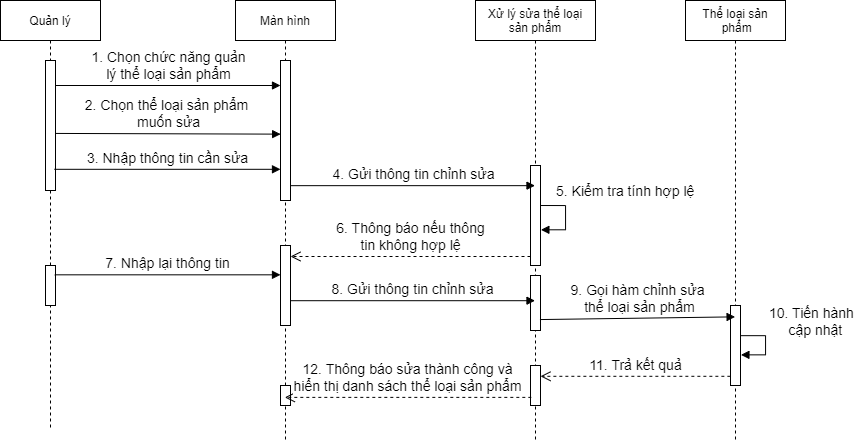
Above: Sequence_QL_Classify_+_Product/img_Sequence/Sequence_Sửa Classify.png in hungtadasuke/CoffeShop_SoftwareTechnology (draw.io), before the change. Source tidied: cells renumbered, new cells last; positions are measured from the earlier drawing's top-left corner, leaving out a move shared by most shapes.
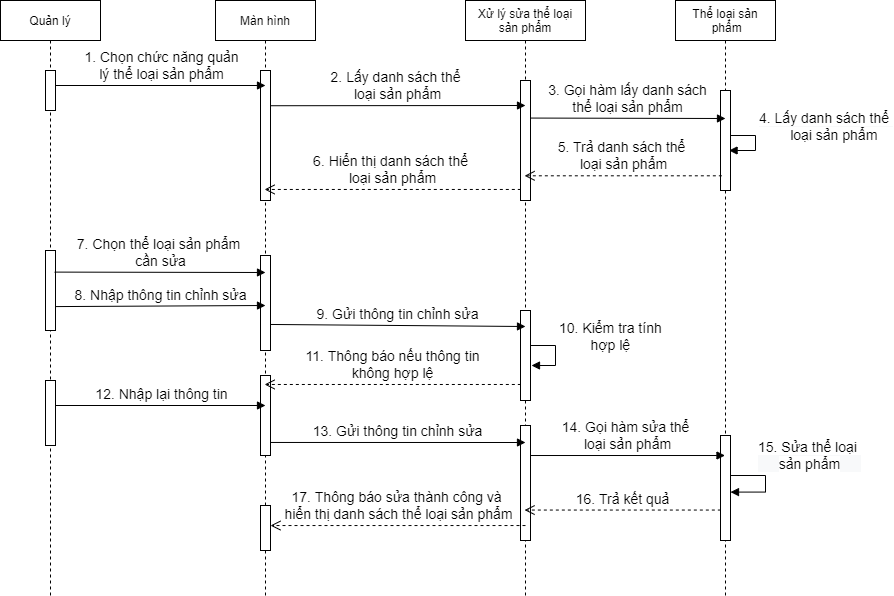
Above is the later version.

What changed in the source:
```diff
@@ -3,94 +3,145 @@
     <mxCell id="0" />
     <mxCell id="1" parent="0" />
     <mxCell id="2" value="Quản lý" style="shape=umlLifeline;perimeter=lifelinePerimeter;rounded=0;shadow=0;strokeWidth=1;" parent="1" vertex="1">
-      <mxGeometry width="100" height="430" as="geometry" />
+      <mxGeometry width="100" height="595" as="geometry" />
     </mxCell>
     <mxCell id="3" style="points=[];perimeter=orthogonalPerimeter;rounded=0;shadow=0;strokeWidth=1;" parent="2" vertex="1">
-      <mxGeometry x="45" y="60" width="10" height="130" as="geometry" />
+      <mxGeometry x="45" y="70" width="10" height="40" as="geometry" />
     </mxCell>
     <mxCell id="4" style="html=1;points=[];perimeter=orthogonalPerimeter;fontSize=12;" parent="2" vertex="1">
-      <mxGeometry x="45" y="265" width="10" height="40" as="geometry" />
+      <mxGeometry x="45" y="250" width="10" height="80" as="geometry" />
     </mxCell>
+    <mxCell id="27" style="html=1;perimeter=orthogonalPerimeter;fontSize=12;" parent="2" vertex="1">
+      <mxGeometry x="45" y="380" width="10" height="65" as="geometry" />
+    </mxCell>
     <mxCell id="5" value="Màn hình" style="shape=umlLifeline;perimeter=lifelinePerimeter;rounded=0;shadow=0;strokeWidth=1;" parent="1" vertex="1">
-      <mxGeometry x="235" width="100" height="440" as="geometry" />
+      <mxGeometry x="215" width="100" height="595" as="geometry" />
     </mxCell>
     <mxCell id="6" style="points=[];perimeter=orthogonalPerimeter;rounded=0;shadow=0;strokeWidth=1;" parent="5" vertex="1">
-      <mxGeometry x="45" y="60" width="10" height="140" as="geometry" />
+      <mxGeometry x="45" y="70" width="10" height="130" as="geometry" />
     </mxCell>
     <mxCell id="7" style="html=1;points=[];perimeter=orthogonalPerimeter;fontSize=12;" parent="5" vertex="1">
-      <mxGeometry x="45" y="245" width="10" height="80" as="geometry" />
+      <mxGeometry x="45" y="255" width="10" height="95" as="geometry" />
     </mxCell>
-    <mxCell id="8" style="html=1;perimeter=orthogonalPerimeter;fontSize=12;" parent="5" vertex="1">
-      <mxGeometry x="45" y="385" width="10" height="20" as="geometry" />
-    </mxCell>
+    <mxCell id="28" style="html=1;points=[];perimeter=orthogonalPerimeter;fontSize=12;" parent="5" vertex="1">
+      <mxGeometry x="45" y="375" width="10" height="80" as="geometry" />
+    </mxCell>
+    <mxCell id="29" style="html=1;points=[];perimeter=orthogonalPerimeter;fontSize=12;" parent="5" vertex="1">
+      <mxGeometry x="45" y="505" width="10" height="45" as="geometry" />
+    </mxCell>
     <mxCell id="9" value="Xử lý sửa thể loại&#10;sản phẩm" style="shape=umlLifeline;perimeter=lifelinePerimeter;rounded=0;shadow=0;strokeWidth=1;" parent="1" vertex="1">
-      <mxGeometry x="475" width="120" height="440" as="geometry" />
+      <mxGeometry x="465" width="120" height="595" as="geometry" />
     </mxCell>
     <mxCell id="10" style="points=[];perimeter=orthogonalPerimeter;rounded=0;shadow=0;strokeWidth=1;" parent="9" vertex="1">
-      <mxGeometry x="55" y="165" width="10" height="100" as="geometry" />
+      <mxGeometry x="55" y="80" width="10" height="120" as="geometry" />
     </mxCell>
     <mxCell id="11" style="html=1;points=[];perimeter=orthogonalPerimeter;fontSize=12;" parent="9" vertex="1">
-      <mxGeometry x="55" y="275" width="10" height="55" as="geometry" />
+      <mxGeometry x="55" y="310" width="10" height="90" as="geometry" />
     </mxCell>
-    <mxCell id="12" style="html=1;points=[];perimeter=orthogonalPerimeter;fontSize=12;" parent="9" vertex="1">
-      <mxGeometry x="55" y="365" width="10" height="40" as="geometry" />
-    </mxCell>
-    <mxCell id="13" value="&lt;font style=&quot;font-size: 14px&quot;&gt;5.&amp;nbsp;Kiểm tra tính hợp lệ&lt;/font&gt;" style="edgeStyle=orthogonalEdgeStyle;html=1;align=left;spacingLeft=2;endArrow=block;rounded=0;fontSize=12;entryX=1.039;entryY=0.643;entryDx=0;entryDy=0;entryPerimeter=0;" parent="9" edge="1" target="10">
-      <mxGeometry x="-0.67" y="14" relative="1" as="geometry">
-        <mxPoint x="65" y="205" as="sourcePoint" />
-        <Array as="points">
-          <mxPoint x="66" y="205" />
-          <mxPoint x="90" y="205" />
-          <mxPoint x="90" y="229" />
-        </Array>
-      </mxGeometry>
-    </mxCell>
+    <mxCell id="30" value="&lt;div style=&quot;text-align: center&quot;&gt;&lt;font face=&quot;helvetica&quot;&gt;&lt;span style=&quot;font-size: 14px ; background-color: rgb(255 , 255 , 255)&quot;&gt;10. Kiểm tra tính&lt;/span&gt;&lt;/font&gt;&lt;/div&gt;&lt;div style=&quot;text-align: center&quot;&gt;&lt;font face=&quot;helvetica&quot;&gt;&lt;span style=&quot;font-size: 14px ; background-color: rgb(255 , 255 , 255)&quot;&gt;hợp lệ&lt;/span&gt;&lt;/font&gt;&lt;/div&gt;" style="edgeStyle=orthogonalEdgeStyle;html=1;align=left;spacingLeft=2;endArrow=block;rounded=0;fontSize=12;" parent="9" edge="1">
+      <mxGeometry x="-0.25" y="-10" relative="1" as="geometry">
+        <mxPoint x="65" y="345" as="sourcePoint" />
+        <mxPoint x="66" y="365" as="targetPoint" />
+        <Array as="points">
+          <mxPoint x="90" y="345" />
+          <mxPoint x="90" y="365" />
+        </Array>
+        <mxPoint x="10" y="-10" as="offset" />
+      </mxGeometry>
+    </mxCell>
+    <mxCell id="31" style="html=1;points=[];perimeter=orthogonalPerimeter;fontSize=12;" parent="9" vertex="1">
+      <mxGeometry x="55" y="425" width="10" height="115" as="geometry" />
+    </mxCell>
     <mxCell id="14" value="Thể loại sản&#10; phẩm" style="shape=umlLifeline;perimeter=lifelinePerimeter;rounded=0;shadow=0;strokeWidth=1;" parent="1" vertex="1">
-      <mxGeometry x="685" width="100" height="440" as="geometry" />
+      <mxGeometry x="675" width="100" height="595" as="geometry" />
     </mxCell>
-    <mxCell id="15" value="&lt;font style=&quot;font-size: 14px&quot;&gt;10.&amp;nbsp;Tiến hành&lt;br&gt;&amp;nbsp; &amp;nbsp; &amp;nbsp;cập nhật&lt;/font&gt;" style="edgeStyle=orthogonalEdgeStyle;html=1;align=left;spacingLeft=2;endArrow=block;rounded=0;fontSize=12;exitX=1.042;exitY=0.377;exitDx=0;exitDy=0;exitPerimeter=0;entryX=1.042;entryY=0.617;entryDx=0;entryDy=0;entryPerimeter=0;" parent="14" edge="1" source="16" target="16">
-      <mxGeometry x="-0.11" y="-20" relative="1" as="geometry">
-        <Array as="points">
-          <mxPoint x="80" y="335" />
-          <mxPoint x="80" y="354" />
-        </Array>
-        <mxPoint x="20" y="-20" as="offset" />
-      </mxGeometry>
-    </mxCell>
-    <mxCell id="16" style="html=1;points=[];perimeter=orthogonalPerimeter;fontSize=12;" parent="14" vertex="1">
-      <mxGeometry x="45" y="305" width="10" height="80" as="geometry" />
-    </mxCell>
-    <mxCell id="17" value="&lt;font style=&quot;font-size: 14px&quot;&gt;3. Nhập thông tin cần sửa&lt;/font&gt;" style="html=1;verticalAlign=bottom;endArrow=block;rounded=0;exitX=0.893;exitY=0.837;exitDx=0;exitDy=0;exitPerimeter=0;" parent="1" edge="1" source="3" target="6">
-      <mxGeometry relative="1" as="geometry" />
-    </mxCell>
-    <mxCell id="18" value="&lt;font style=&quot;font-size: 14px&quot;&gt;4. Gửi thông tin chỉnh sửa&lt;/font&gt;" style="html=1;verticalAlign=bottom;endArrow=block;rounded=0;fontSize=12;exitX=1.031;exitY=0.894;exitDx=0;exitDy=0;exitPerimeter=0;" parent="1" edge="1" source="6" target="9">
-      <mxGeometry relative="1" as="geometry" />
-    </mxCell>
-    <mxCell id="19" value="&lt;font style=&quot;font-size: 14px&quot;&gt;6.&amp;nbsp;Thông báo nếu thông&lt;br&gt;tin không hợp lệ&lt;/font&gt;" style="html=1;verticalAlign=bottom;endArrow=open;dashed=1;endSize=8;rounded=0;fontSize=12;exitX=0;exitY=0.91;exitDx=0;exitDy=0;exitPerimeter=0;" parent="1" edge="1" source="10" target="7">
-      <mxGeometry relative="1" as="geometry" />
-    </mxCell>
-    <mxCell id="20" value="&lt;font style=&quot;font-size: 14px&quot;&gt;7.&amp;nbsp;Nhập lại thông tin&lt;/font&gt;" style="html=1;verticalAlign=bottom;endArrow=block;rounded=0;fontSize=12;exitX=0.928;exitY=0.233;exitDx=0;exitDy=0;exitPerimeter=0;" parent="1" edge="1" source="4" target="7">
-      <mxGeometry relative="1" as="geometry" />
-    </mxCell>
-    <mxCell id="21" value="&lt;font style=&quot;font-size: 14px&quot;&gt;8. Gửi thông tin chỉnh sửa&lt;/font&gt;" style="html=1;verticalAlign=bottom;endArrow=block;rounded=0;fontSize=12;exitX=1.011;exitY=0.69;exitDx=0;exitDy=0;exitPerimeter=0;" parent="1" edge="1" source="7" target="9">
-      <mxGeometry relative="1" as="geometry" />
-    </mxCell>
-    <mxCell id="22" value="&lt;font style=&quot;font-size: 14px&quot;&gt;9.&amp;nbsp;Gọi hàm chỉnh sửa&lt;br&gt;&amp;nbsp;thể loại sản phẩm&lt;/font&gt;" style="html=1;verticalAlign=bottom;endArrow=block;rounded=0;fontSize=12;exitX=0.945;exitY=0.801;exitDx=0;exitDy=0;exitPerimeter=0;entryX=0.496;entryY=0.719;entryDx=0;entryDy=0;entryPerimeter=0;" parent="1" edge="1" source="11" target="14">
-      <mxGeometry relative="1" as="geometry" />
-    </mxCell>
-    <mxCell id="23" value="&lt;font style=&quot;font-size: 14px&quot;&gt;11.&amp;nbsp;Trả kết quả&lt;/font&gt;" style="html=1;verticalAlign=bottom;endArrow=open;dashed=1;endSize=8;rounded=0;fontSize=12;exitX=-0.014;exitY=0.885;exitDx=0;exitDy=0;exitPerimeter=0;" parent="1" edge="1" source="16" target="12">
-      <mxGeometry relative="1" as="geometry" />
-    </mxCell>
-    <mxCell id="24" value="&lt;font style=&quot;font-size: 14px&quot;&gt;12.&amp;nbsp;Thông báo sửa thành công và&lt;br&gt;hiển thị danh sách thể loại sản phẩm&lt;/font&gt;" style="html=1;verticalAlign=bottom;endArrow=open;dashed=1;endSize=8;rounded=0;fontSize=12;exitX=0.081;exitY=0.797;exitDx=0;exitDy=0;exitPerimeter=0;" parent="1" edge="1" source="12" target="5">
-      <mxGeometry relative="1" as="geometry" />
-    </mxCell>
+    <mxCell id="32" style="points=[];perimeter=orthogonalPerimeter;rounded=0;shadow=0;strokeWidth=1;" parent="14" vertex="1">
+      <mxGeometry x="45" y="90" width="10" height="100" as="geometry" />
+    </mxCell>
+    <mxCell id="33" value="&lt;div style=&quot;background-color: rgb(248 , 249 , 250) ; text-align: center&quot;&gt;&lt;span style=&quot;background-color: rgb(255 , 255 , 255) ; font-size: 14px ; font-family: &amp;#34;helvetica&amp;#34;&quot;&gt;4. Lấy danh sách thể&amp;nbsp;&lt;/span&gt;&lt;/div&gt;&lt;font face=&quot;helvetica&quot; style=&quot;background-color: rgb(248 , 249 , 250)&quot;&gt;&lt;div style=&quot;text-align: center&quot;&gt;&lt;span style=&quot;background-color: rgb(255 , 255 , 255) ; font-size: 14px&quot;&gt;&amp;nbsp; &amp;nbsp; loại sản phẩm&lt;/span&gt;&lt;/div&gt;&lt;/font&gt;" style="edgeStyle=orthogonalEdgeStyle;html=1;align=left;spacingLeft=2;endArrow=block;rounded=0;fontSize=12;entryX=0.863;entryY=0.604;entryDx=0;entryDy=0;entryPerimeter=0;" parent="14" edge="1" target="32">
+      <mxGeometry x="-0.25" y="-10" relative="1" as="geometry">
+        <mxPoint x="55" y="135" as="sourcePoint" />
+        <Array as="points">
+          <mxPoint x="80" y="135" />
+          <mxPoint x="80" y="150" />
+          <mxPoint x="54" y="150" />
+        </Array>
+        <mxPoint x="10" y="-10" as="offset" />
+      </mxGeometry>
+    </mxCell>
+    <mxCell id="34" style="html=1;points=[];perimeter=orthogonalPerimeter;fontSize=12;" parent="14" vertex="1">
+      <mxGeometry x="45" y="435" width="10" height="105" as="geometry" />
+    </mxCell>
+    <mxCell id="35" value="&lt;div style=&quot;background-color: rgb(248 , 249 , 250) ; text-align: center&quot;&gt;&lt;span style=&quot;background-color: rgb(255 , 255 , 255) ; font-size: 14px ; font-family: &amp;#34;helvetica&amp;#34;&quot;&gt;15. Sửa thể&amp;nbsp;&lt;/span&gt;&lt;span style=&quot;background-color: rgb(255 , 255 , 255) ; font-family: &amp;#34;helvetica&amp;#34; ; font-size: 14px&quot;&gt;loại&amp;nbsp;&lt;/span&gt;&lt;/div&gt;&lt;div style=&quot;background-color: rgb(248 , 249 , 250) ; text-align: center&quot;&gt;&lt;span style=&quot;background-color: rgb(255 , 255 , 255) ; font-family: &amp;#34;helvetica&amp;#34; ; font-size: 14px&quot;&gt;sản phẩm&lt;/span&gt;&lt;/div&gt;" style="edgeStyle=orthogonalEdgeStyle;html=1;align=left;spacingLeft=2;endArrow=block;rounded=0;fontSize=12;entryX=1;entryY=0.539;entryDx=0;entryDy=0;entryPerimeter=0;" parent="14" edge="1" target="34">
+      <mxGeometry x="-0.19" y="10" relative="1" as="geometry">
+        <mxPoint x="55" y="475" as="sourcePoint" />
+        <Array as="points">
+          <mxPoint x="56" y="475" />
+          <mxPoint x="90" y="475" />
+          <mxPoint x="90" y="492" />
+        </Array>
+        <mxPoint x="-10" y="-10" as="offset" />
+      </mxGeometry>
+    </mxCell>
-    <mxCell id="25" value="&lt;font style=&quot;font-size: 14px&quot;&gt;1. Chọn chức năng quản&lt;br&gt;lý thể loại sản phẩm&lt;/font&gt;" style="html=1;verticalAlign=bottom;endArrow=block;rounded=0;fontSize=12;" parent="1" edge="1" target="6">
+    <mxCell id="25" value="&lt;font style=&quot;font-size: 14px&quot;&gt;1. Chọn chức năng quản&lt;br&gt;lý thể loại sản phẩm&lt;/font&gt;" style="html=1;verticalAlign=bottom;endArrow=block;rounded=0;fontSize=12;" parent="1" edge="1">
       <mxGeometry relative="1" as="geometry">
         <mxPoint x="55" y="85" as="sourcePoint" />
+        <mxPoint x="265" y="85" as="targetPoint" />
       </mxGeometry>
     </mxCell>
-    <mxCell id="26" value="&lt;font style=&quot;font-size: 14px&quot;&gt;2. Chọn thể loại sản phẩm &lt;br&gt;muốn sửa&lt;/font&gt;" style="html=1;verticalAlign=bottom;endArrow=block;rounded=0;fontSize=12;entryX=0.014;entryY=0.526;entryDx=0;entryDy=0;entryPerimeter=0;exitX=0.962;exitY=0.561;exitDx=0;exitDy=0;exitPerimeter=0;" parent="1" edge="1" source="3" target="6">
-      <mxGeometry relative="1" as="geometry" />
-    </mxCell>
+    <mxCell id="36" value="&lt;span style=&quot;font-size: 14px&quot;&gt;2. Lấy danh sách thể &lt;br&gt;loại sản phẩm&lt;/span&gt;" style="html=1;verticalAlign=bottom;endArrow=block;rounded=0;fontSize=12;exitX=1.031;exitY=0.271;exitDx=0;exitDy=0;exitPerimeter=0;" parent="1" edge="1" source="6">
+      <mxGeometry relative="1" as="geometry">
+        <mxPoint x="525" y="105" as="targetPoint" />
+      </mxGeometry>
+    </mxCell>
+    <mxCell id="37" value="&lt;span style=&quot;font-size: 14px&quot;&gt;3. Gọi hàm lấy danh sách&lt;br&gt;&lt;/span&gt;&lt;span style=&quot;font-size: 14px&quot;&gt;thể loại sản phẩm&lt;/span&gt;&lt;span style=&quot;font-size: 14px&quot;&gt;&lt;br&gt;&lt;/span&gt;" style="html=1;verticalAlign=bottom;endArrow=block;rounded=0;fontSize=12;exitX=1.011;exitY=0.313;exitDx=0;exitDy=0;exitPerimeter=0;" parent="1" edge="1" source="10">
+      <mxGeometry relative="1" as="geometry">
+        <mxPoint x="725" y="118" as="targetPoint" />
+      </mxGeometry>
+    </mxCell>
+    <mxCell id="38" value="&lt;font style=&quot;font-size: 14px&quot;&gt;5.&amp;nbsp;Trả danh sách thể&amp;nbsp;&lt;br&gt;loại sản phẩm&lt;br&gt;&lt;/font&gt;" style="html=1;verticalAlign=bottom;endArrow=open;dashed=1;endSize=8;rounded=0;fontSize=12;exitX=0.134;exitY=0.853;exitDx=0;exitDy=0;exitPerimeter=0;" parent="1" edge="1" source="32" target="9">
+      <mxGeometry relative="1" as="geometry" />
+    </mxCell>
+    <mxCell id="39" value="&lt;font style=&quot;font-size: 14px&quot;&gt;6. Hiển thị danh sách thể &lt;br&gt;loại sản phẩm&lt;br&gt;&lt;/font&gt;" style="html=1;verticalAlign=bottom;endArrow=open;dashed=1;endSize=8;rounded=0;fontSize=12;exitX=0.033;exitY=0.908;exitDx=0;exitDy=0;exitPerimeter=0;" parent="1" edge="1" source="10" target="5">
+      <mxGeometry relative="1" as="geometry" />
+    </mxCell>
+    <mxCell id="40" value="&lt;span style=&quot;font-size: 14px&quot;&gt;7. Chọn thể loại sản phẩm&amp;nbsp;&lt;br&gt;cần sửa&lt;br&gt;&lt;/span&gt;" style="html=1;verticalAlign=bottom;endArrow=block;rounded=0;fontSize=12;exitX=0.914;exitY=0.27;exitDx=0;exitDy=0;exitPerimeter=0;" parent="1" edge="1" source="4">
+      <mxGeometry relative="1" as="geometry">
+        <mxPoint x="265" y="272" as="targetPoint" />
+      </mxGeometry>
+    </mxCell>
+    <mxCell id="41" value="&lt;span style=&quot;font-size: 14px&quot;&gt;8. Nhập thông tin chỉnh sửa&lt;br&gt;&lt;/span&gt;" style="html=1;verticalAlign=bottom;endArrow=block;rounded=0;fontSize=12;exitX=1.027;exitY=0.701;exitDx=0;exitDy=0;exitPerimeter=0;" parent="1" edge="1" source="4">
+      <mxGeometry relative="1" as="geometry">
+        <mxPoint x="265" y="305" as="targetPoint" />
+      </mxGeometry>
+    </mxCell>
+    <mxCell id="42" value="&lt;span style=&quot;font-size: 14px&quot;&gt;9. Gửi thông tin chỉnh sửa&lt;br&gt;&lt;/span&gt;" style="html=1;verticalAlign=bottom;endArrow=block;rounded=0;fontSize=12;exitX=1.033;exitY=0.726;exitDx=0;exitDy=0;exitPerimeter=0;" parent="1" edge="1" source="7">
+      <mxGeometry relative="1" as="geometry">
+        <mxPoint x="525" y="326" as="targetPoint" />
+      </mxGeometry>
+    </mxCell>
+    <mxCell id="43" value="&lt;font style=&quot;font-size: 14px&quot;&gt;11. Thông báo nếu thông tin&lt;br&gt;không hợp lệ&lt;br&gt;&lt;/font&gt;" style="html=1;verticalAlign=bottom;endArrow=open;dashed=1;endSize=8;rounded=0;fontSize=12;exitX=0.034;exitY=0.822;exitDx=0;exitDy=0;exitPerimeter=0;" parent="1" edge="1" source="11" target="5">
+      <mxGeometry relative="1" as="geometry" />
+    </mxCell>
+    <mxCell id="44" value="&lt;span style=&quot;font-size: 14px&quot;&gt;12. Nhập lại thông tin&lt;br&gt;&lt;/span&gt;" style="html=1;verticalAlign=bottom;endArrow=block;rounded=0;fontSize=12;" parent="1" edge="1">
+      <mxGeometry relative="1" as="geometry">
+        <mxPoint x="55" y="405" as="sourcePoint" />
+        <mxPoint x="265" y="405" as="targetPoint" />
+      </mxGeometry>
+    </mxCell>
+    <mxCell id="45" value="&lt;span style=&quot;font-size: 14px&quot;&gt;13. Gửi thông tin chỉnh sửa&lt;br&gt;&lt;/span&gt;" style="html=1;verticalAlign=bottom;endArrow=block;rounded=0;fontSize=12;exitX=1;exitY=0.837;exitDx=0;exitDy=0;exitPerimeter=0;" parent="1" edge="1" source="28">
+      <mxGeometry relative="1" as="geometry">
+        <mxPoint x="525" y="442" as="targetPoint" />
+      </mxGeometry>
+    </mxCell>
+    <mxCell id="46" value="&lt;span style=&quot;font-size: 14px&quot;&gt;14. Gọi hàm sửa thể&amp;nbsp;&lt;br&gt;loại sản phẩm&lt;br&gt;&lt;/span&gt;" style="html=1;verticalAlign=bottom;endArrow=block;rounded=0;fontSize=12;exitX=1;exitY=0.261;exitDx=0;exitDy=0;exitPerimeter=0;" parent="1" edge="1" source="31" target="14">
+      <mxGeometry relative="1" as="geometry" />
+    </mxCell>
+    <mxCell id="47" value="&lt;font style=&quot;font-size: 14px&quot;&gt;16. Trả kết quả&lt;br&gt;&lt;/font&gt;" style="html=1;verticalAlign=bottom;endArrow=open;dashed=1;endSize=8;rounded=0;fontSize=12;exitX=0.034;exitY=0.71;exitDx=0;exitDy=0;exitPerimeter=0;" parent="1" edge="1" source="34" target="9">
+      <mxGeometry relative="1" as="geometry" />
+    </mxCell>
+    <mxCell id="48" value="&lt;font style=&quot;font-size: 14px&quot;&gt;17. Thông báo sửa thành công&amp;nbsp;và &lt;br&gt;hiển thị danh sách thể loại sản phẩm&lt;br&gt;&lt;/font&gt;" style="html=1;verticalAlign=bottom;endArrow=open;dashed=1;endSize=8;rounded=0;fontSize=12;exitX=0.5;exitY=0.87;exitDx=0;exitDy=0;exitPerimeter=0;" parent="1" edge="1" source="31" target="29">
+      <mxGeometry relative="1" as="geometry" />
+    </mxCell>
   </root>
 </mxGraphModel>
```
